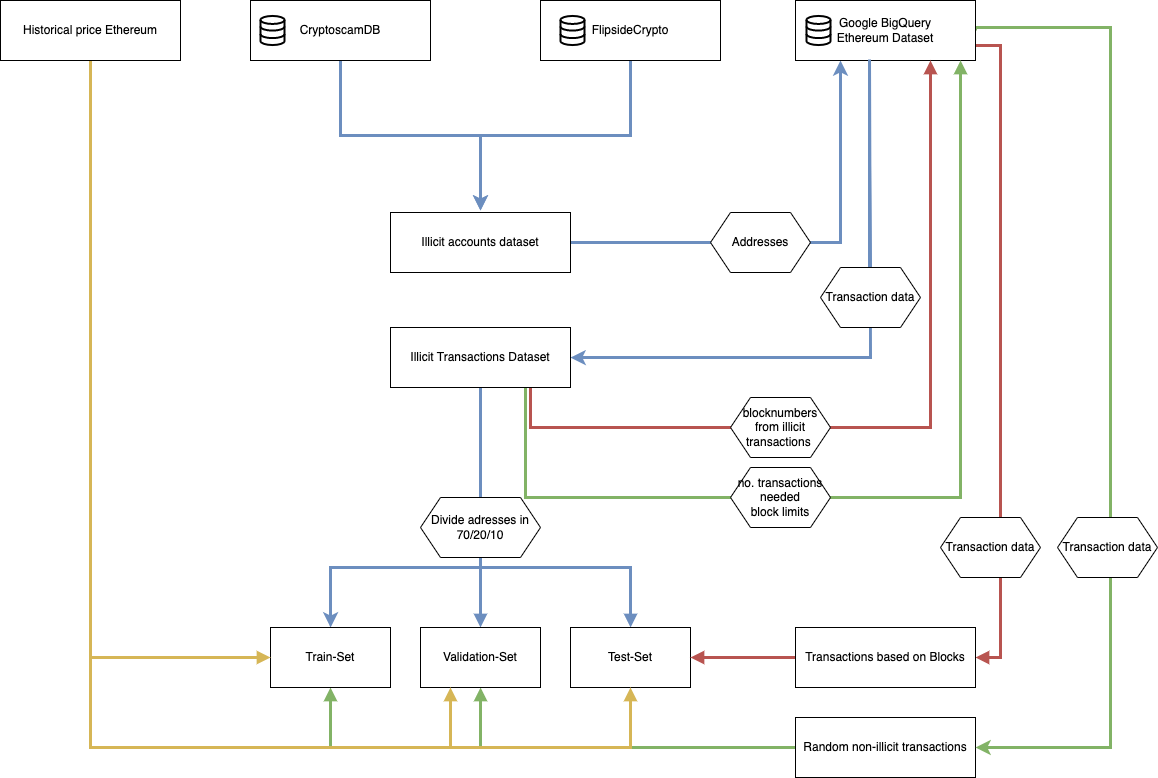
Above: Untitled Diagram.drawio.png in erreep/ethereumillicitdetection (draw.io), before the change. Source tidied: cells renumbered, new cells last; positions are measured from the earlier drawing's top-left corner, leaving out a move shared by most shapes.
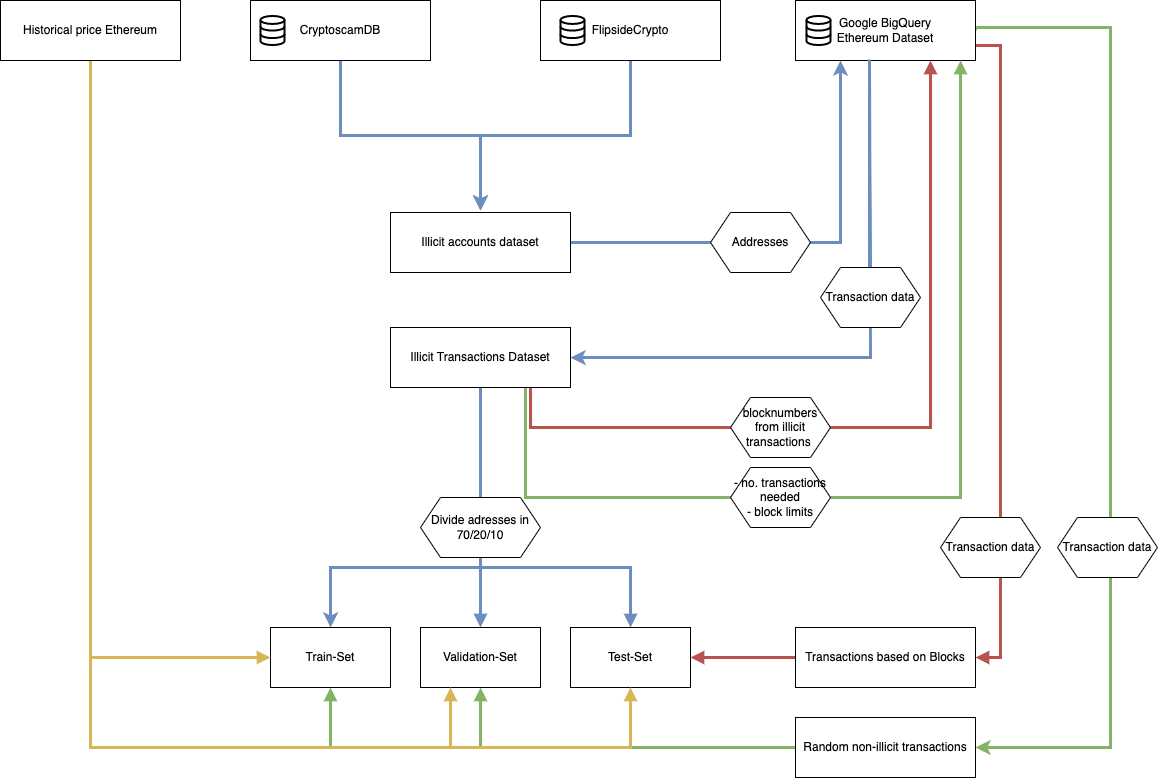
Later version of the same file.

Diff of the diagram source:
```diff
@@ -119,7 +119,7 @@
     <mxCell id="24" value="Illicit Transactions Dataset" style="rounded=0;whiteSpace=wrap;html=1;strokeColor=#000000;" parent="1" vertex="1">
       <mxGeometry x="390" y="327" width="180" height="60" as="geometry" />
     </mxCell>
-    <mxCell id="25" value="no. transactions needed&lt;br&gt;block limits" style="shape=hexagon;perimeter=hexagonPerimeter2;whiteSpace=wrap;html=1;fixedSize=1;strokeColor=#000000;" parent="1" vertex="1">
+    <mxCell id="25" value="- no. transactions needed&lt;br&gt;- block limits" style="shape=hexagon;perimeter=hexagonPerimeter2;whiteSpace=wrap;html=1;fixedSize=1;strokeColor=#000000;" parent="1" vertex="1">
       <mxGeometry x="730" y="467" width="100" height="60" as="geometry" />
     </mxCell>
     <mxCell id="26" value="Addresses" style="shape=hexagon;perimeter=hexagonPerimeter2;whiteSpace=wrap;html=1;fixedSize=1;strokeColor=#000000;" parent="1" vertex="1">
```
